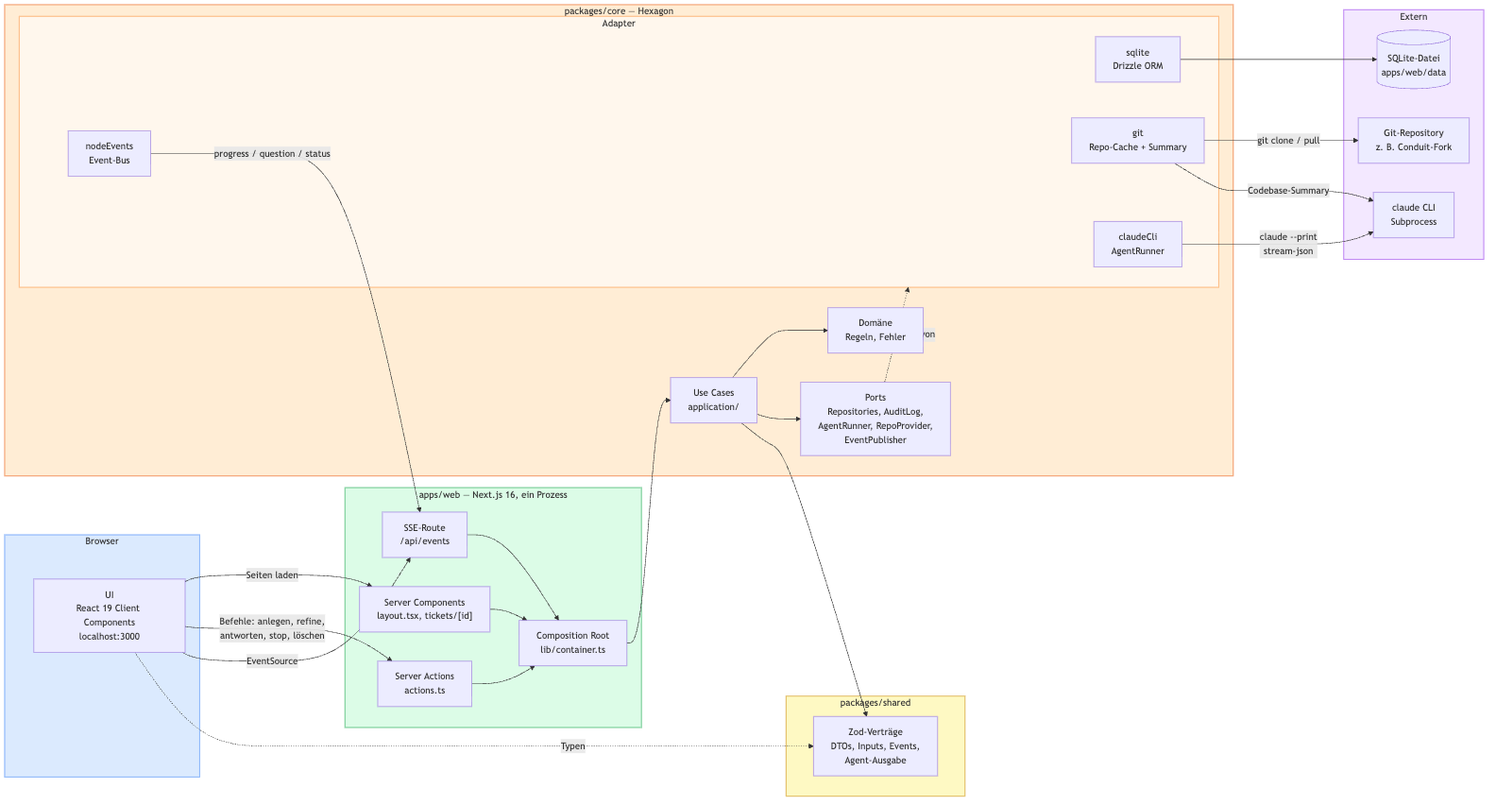
wojciechlaka/ai-sdlc keeps this Mermaid diagram as docs/architecture.png. Above is the earlier version. Its source is kept beside it as docs/architecture.mmd.
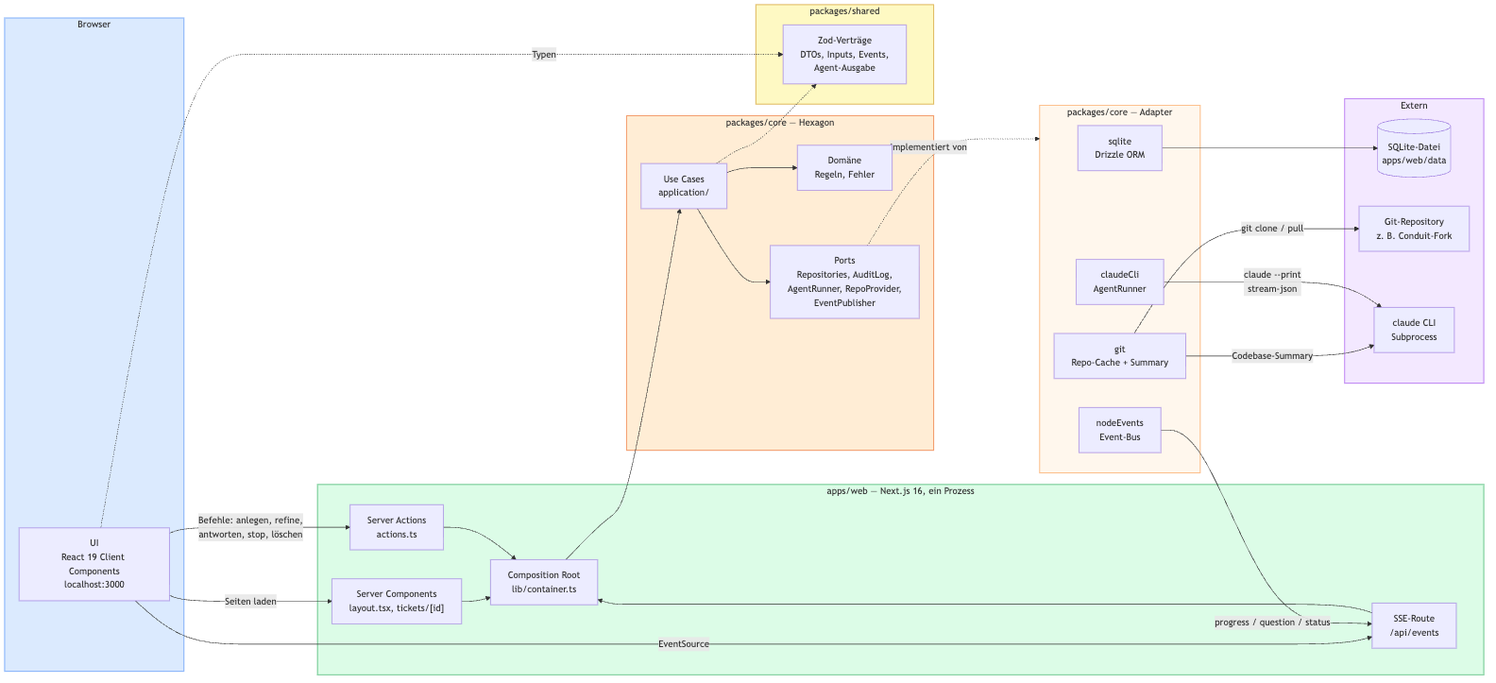
Above is the later version.

Commit message:
docs: Architekturdiagramm übersichtlicher angeordnet

What changed in the source:
```diff
@@ -1,9 +1,11 @@
 flowchart LR
     subgraph Browser["Browser"]
+        direction TB
         UI["UI\nReact 19 Client Components\nlocalhost:3000"]
     end
 
     subgraph Web["apps/web — Next.js 16, ein Prozess"]
+        direction TB
         RSC["Server Components\nlayout.tsx, tickets/[id]"]
         ACT["Server Actions\nactions.ts"]
         SSE["SSE-Route\n/api/events"]
@@ -11,25 +13,30 @@
     end
 
     subgraph Core["packages/core — Hexagon"]
+        direction TB
         UC["Use Cases\napplication/"]
         DOM["Domäne\nRegeln, Fehler"]
         PORTS["Ports\nRepositories, AuditLog,\nAgentRunner, RepoProvider,\nEventPublisher"]
-        subgraph Adapters["Adapter"]
-            SQL["sqlite\nDrizzle ORM"]
-            GIT["git\nRepo-Cache + Summary"]
-            CLI["claudeCli\nAgentRunner"]
-            BUS["nodeEvents\nEvent-Bus"]
-        end
+    end
+
+    subgraph Adapters["packages/core — Adapter"]
+        direction TB
+        SQL["sqlite\nDrizzle ORM"]
+        GIT["git\nRepo-Cache + Summary"]
+        CLI["claudeCli\nAgentRunner"]
+        BUS["nodeEvents\nEvent-Bus"]
+    end
+
+    subgraph External["Extern"]
+        direction TB
+        DB[("SQLite-Datei\napps/web/data")]
+        REPO["Git-Repository\nz. B. Conduit-Fork"]
+        CLAUDE["claude CLI\nSubprocess"]
     end
 
     subgraph Shared["packages/shared"]
+        direction TB
         ZOD["Zod-Verträge\nDTOs, Inputs, Events,\nAgent-Ausgabe"]
-    end
-
-    subgraph External["Extern"]
-        DB[("SQLite-Datei\napps/web/data")]
-        REPO["Git-Repository\nz. B. Conduit-Fork"]
-        CLAUDE["claude CLI\nSubprocess"]
     end
 
     UI -->|"Seiten laden"| RSC
@@ -42,6 +49,10 @@
     UC --> DOM
     UC --> PORTS
     PORTS -.->|"implementiert von"| Adapters
+    PORTS ~~~ SQL
+    PORTS ~~~ GIT
+    PORTS ~~~ CLI
+    PORTS ~~~ BUS
 
     SQL --> DB
     GIT -->|"git clone / pull"| REPO
@@ -49,7 +60,7 @@
     CLI -->|"claude --print\nstream-json"| CLAUDE
     BUS -->|"progress / question / status"| SSE
 
-    UC --> ZOD
+    UC -.-> ZOD
     UI -.->|"Typen"| ZOD
 
     style Browser fill:#dbeafe,stroke:#3b82f6
```
